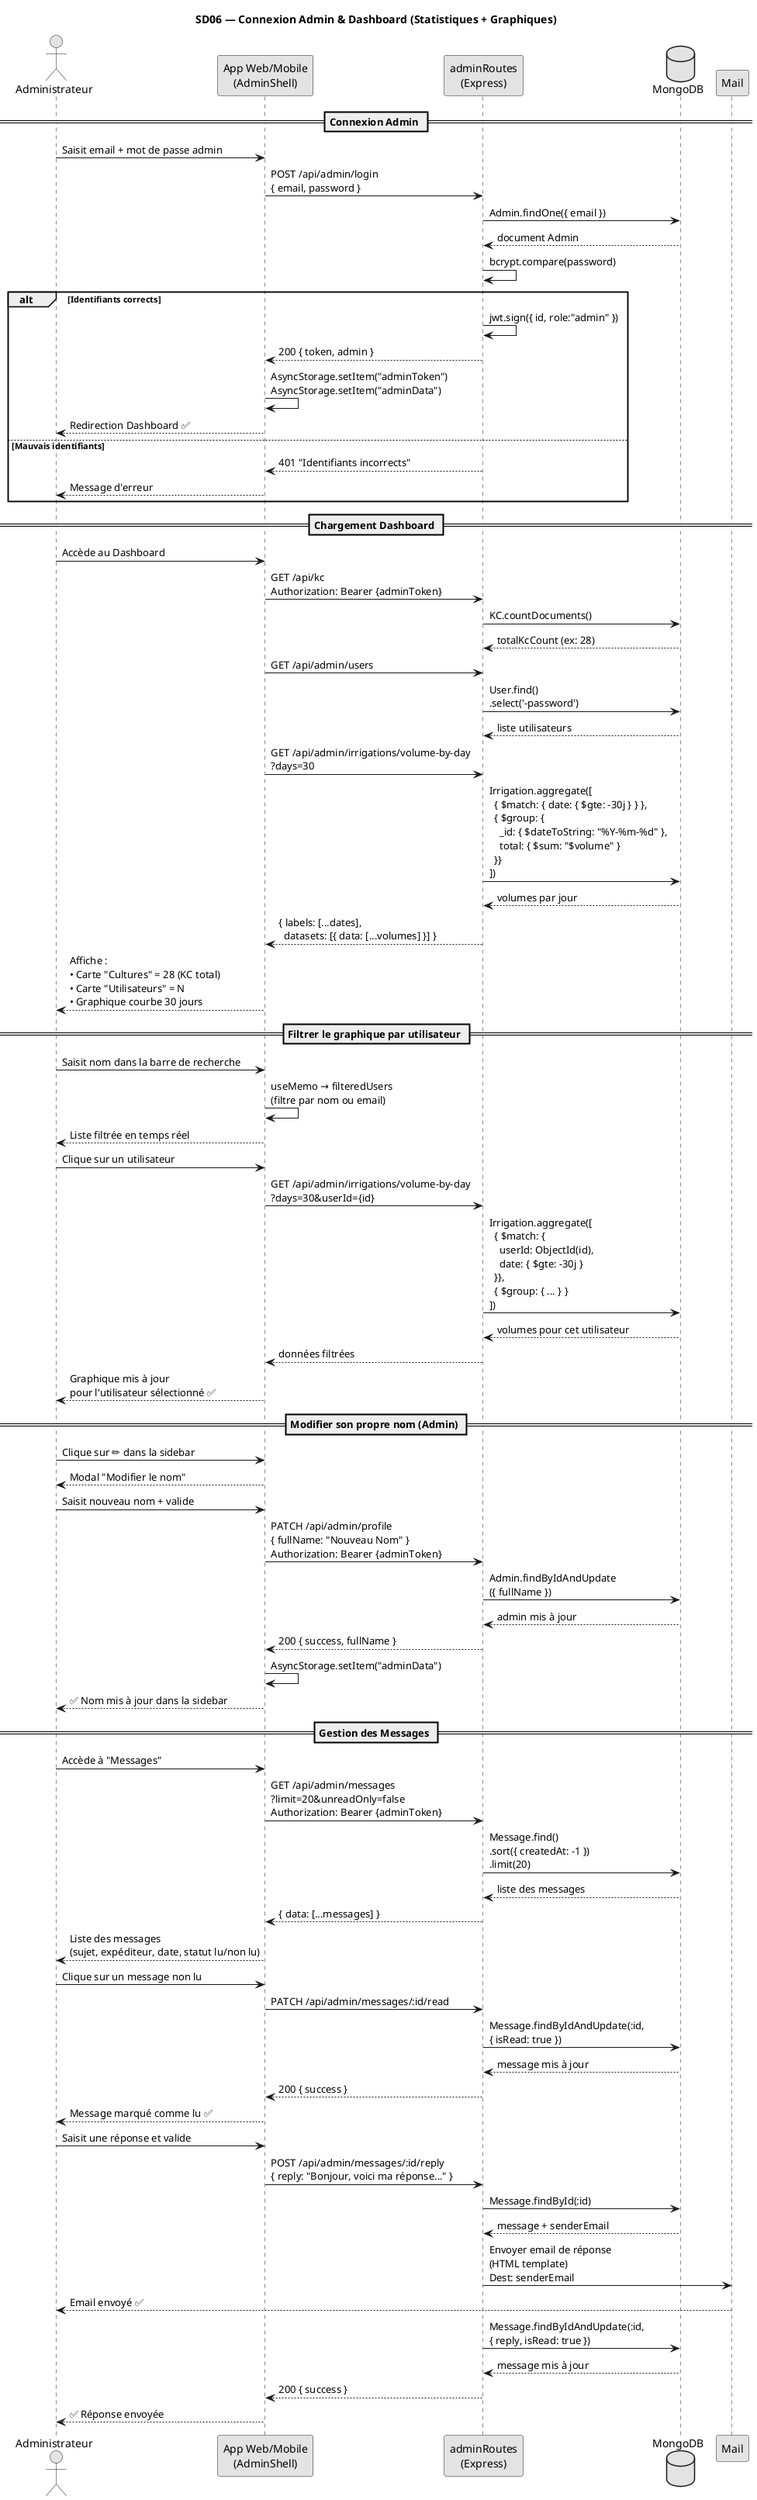
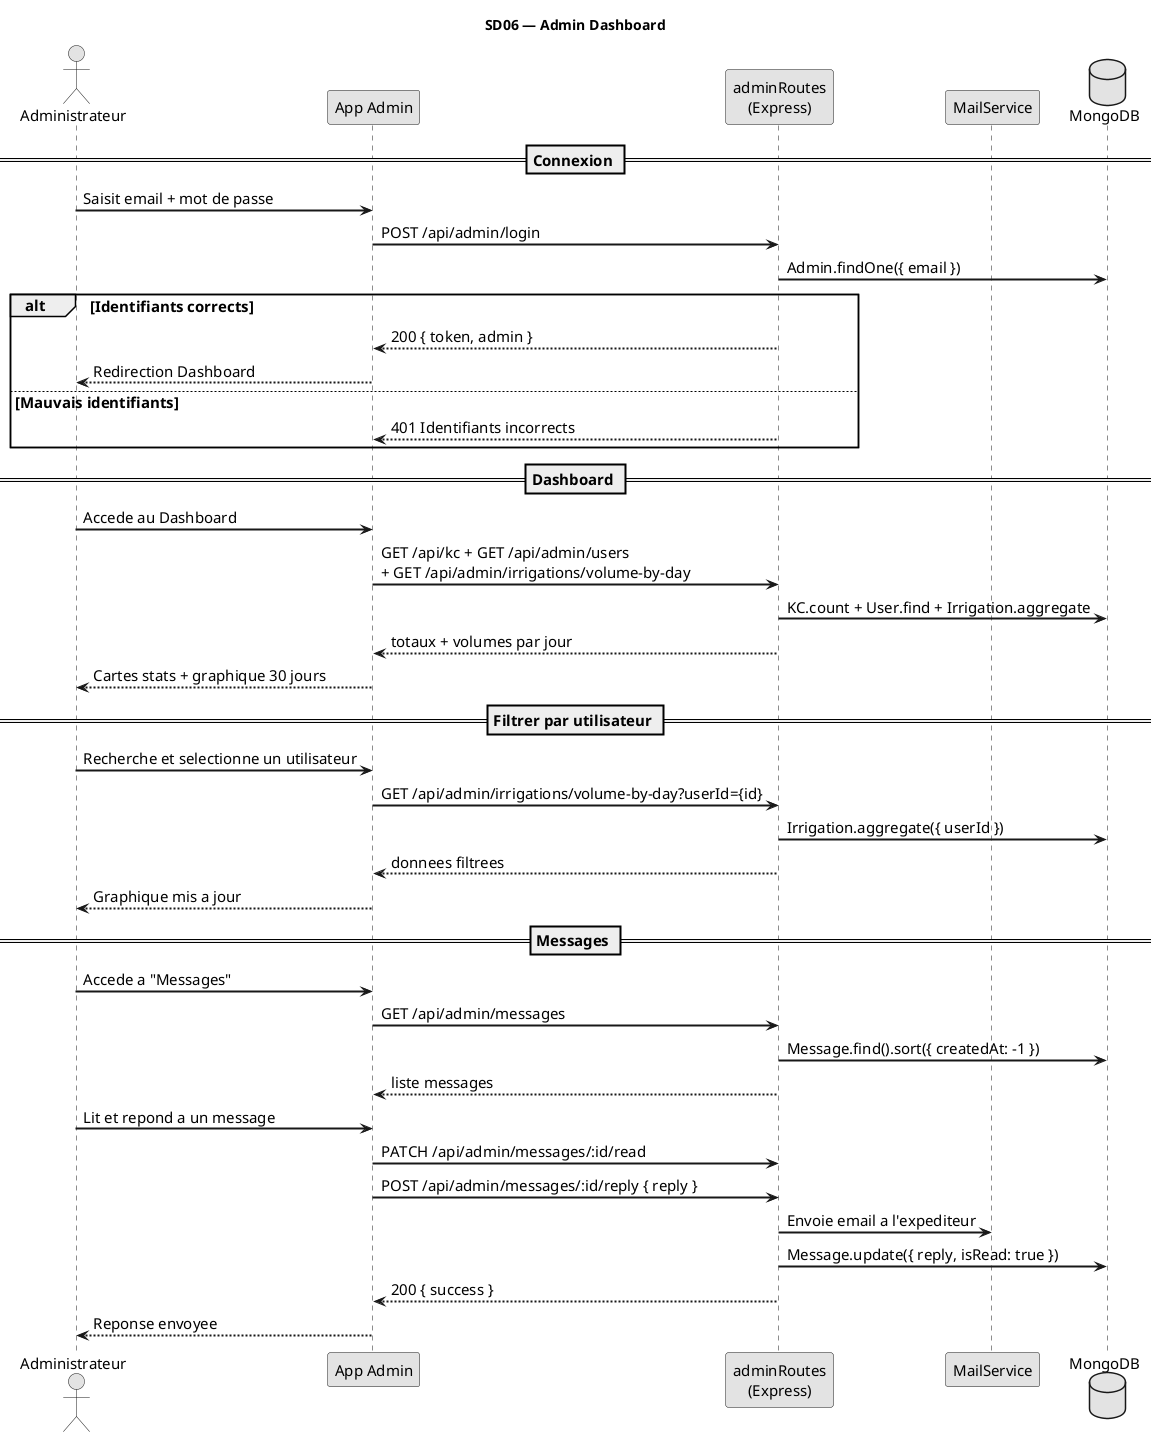
- @startuml SD06 — Admin Dashboard
+ @startuml SD06_Admin_Dashboard

skinparam monochrome true
skinparam shadowing false
- title SD06 — Connexion Admin & Dashboard (Statistiques + Graphiques)
+ skinparam defaultFontSize 15
+ skinparam sequenceParticipantFontSize 15
+ skinparam sequenceActorFontSize 15
+ skinparam sequenceMessageFontSize 13
+ skinparam sequenceParticipantPadding 15
+ skinparam sequenceActorPadding 10
+ skinparam ArrowThickness 2
+ 
+ title SD06 — Admin Dashboard

actor "Administrateur" as A
- participant "App Web/Mobile\n(AdminShell)" as App
+ participant "App Admin" as App
participant "adminRoutes\n(Express)" as API
+ participant "MailService" as Mail
database "MongoDB" as DB

- == Connexion Admin ==
+ == Connexion ==

- A -> App : Saisit email + mot de passe admin
- App -> API : POST /api/admin/login\n{ email, password }
+ A -> App : Saisit email + mot de passe
+ App -> API : POST /api/admin/login
API -> DB : Admin.findOne({ email })
- DB --> API : document Admin
- API -> API : bcrypt.compare(password)
alt Identifiants corrects
-   API -> API : jwt.sign({ id, role:"admin" })
  API --> App : 200 { token, admin }
-   App -> App : AsyncStorage.setItem("adminToken")\nAsyncStorage.setItem("adminData")
-   App --> A : Redirection Dashboard ✅
+   App --> A : Redirection Dashboard
else Mauvais identifiants
-   API --> App : 401 "Identifiants incorrects"
-   App --> A : Message d'erreur
+   API --> App : 401 Identifiants incorrects
end

- == Chargement Dashboard ==
+ == Dashboard ==

- A -> App : Accède au Dashboard
- App -> API : GET /api/kc\nAuthorization: Bearer {adminToken}
- API -> DB : KC.countDocuments()
- DB --> API : totalKcCount (ex: 28)
+ A -> App : Accede au Dashboard
+ App -> API : GET /api/kc + GET /api/admin/users\n+ GET /api/admin/irrigations/volume-by-day
+ API -> DB : KC.count + User.find + Irrigation.aggregate
+ API --> App : totaux + volumes par jour
+ App --> A : Cartes stats + graphique 30 jours

- App -> API : GET /api/admin/users
- API -> DB : User.find()\n.select('-password')
- DB --> API : liste utilisateurs
+ == Filtrer par utilisateur ==

- App -> API : GET /api/admin/irrigations/volume-by-day\n?days=30
- API -> DB : Irrigation.aggregate([\n  { $match: { date: { $gte: -30j } } },\n  { $group: {\n    _id: { $dateToString: "%Y-%m-%d" },\n    total: { $sum: "$volume" }\n  }}\n])
- DB --> API : volumes par jour
+ A -> App : Recherche et selectionne un utilisateur
+ App -> API : GET /api/admin/irrigations/volume-by-day?userId={id}
+ API -> DB : Irrigation.aggregate({ userId })
+ API --> App : donnees filtrees
+ App --> A : Graphique mis a jour

- API --> App : { labels: [...dates],\n  datasets: [{ data: [...volumes] }] }
- App --> A : Affiche :\n• Carte "Cultures" = 28 (KC total)\n• Carte "Utilisateurs" = N\n• Graphique courbe 30 jours
+ == Messages ==

- == Filtrer le graphique par utilisateur ==
+ A -> App : Accede a "Messages"
+ App -> API : GET /api/admin/messages
+ API -> DB : Message.find().sort({ createdAt: -1 })
+ API --> App : liste messages
+ A -> App : Lit et repond a un message
+ App -> API : PATCH /api/admin/messages/:id/read
+ App -> API : POST /api/admin/messages/:id/reply { reply }
+ API -> Mail : Envoie email a l'expediteur
+ API -> DB : Message.update({ reply, isRead: true })
+ API --> App : 200 { success }
+ App --> A : Reponse envoyee

- A -> App : Saisit nom dans la barre de recherche
- App -> App : useMemo → filteredUsers\n(filtre par nom ou email)
- App --> A : Liste filtrée en temps réel
- 
- A -> App : Clique sur un utilisateur
- App -> API : GET /api/admin/irrigations/volume-by-day\n?days=30&userId={id}
- API -> DB : Irrigation.aggregate([\n  { $match: {\n    userId: ObjectId(id),\n    date: { $gte: -30j }\n  }},\n  { $group: { ... } }\n])
- DB --> API : volumes pour cet utilisateur
- API --> App : données filtrées
- App --> A : Graphique mis à jour\npour l'utilisateur sélectionné ✅
- 
- == Modifier son propre nom (Admin) ==
- 
- A -> App : Clique sur ✏️ dans la sidebar
- App --> A : Modal "Modifier le nom"
- A -> App : Saisit nouveau nom + valide
- App -> API : PATCH /api/admin/profile\n{ fullName: "Nouveau Nom" }\nAuthorization: Bearer {adminToken}
- API -> DB : Admin.findByIdAndUpdate\n({ fullName })
- DB --> API : admin mis à jour
- API --> App : 200 { success, fullName }
- App -> App : AsyncStorage.setItem("adminData")
- App --> A : ✅ Nom mis à jour dans la sidebar
- 
- == Gestion des Messages ==
- 
- A -> App : Accède à "Messages"
- App -> API : GET /api/admin/messages\n?limit=20&unreadOnly=false\nAuthorization: Bearer {adminToken}
- API -> DB : Message.find()\n.sort({ createdAt: -1 })\n.limit(20)
- DB --> API : liste des messages
- API --> App : { data: [...messages] }
- App --> A : Liste des messages\n(sujet, expéditeur, date, statut lu/non lu)
- 
- A -> App : Clique sur un message non lu
- App -> API : PATCH /api/admin/messages/:id/read
- API -> DB : Message.findByIdAndUpdate(:id,\n{ isRead: true })
- DB --> API : message mis à jour
- API --> App : 200 { success }
- App --> A : Message marqué comme lu ✅
- 
- A -> App : Saisit une réponse et valide
- App -> API : POST /api/admin/messages/:id/reply\n{ reply: "Bonjour, voici ma réponse..." }
- API -> DB : Message.findById(:id)
- DB --> API : message + senderEmail
- API -> Mail : Envoyer email de réponse\n(HTML template)\nDest: senderEmail
- Mail --> A : Email envoyé ✅
- API -> DB : Message.findByIdAndUpdate(:id,\n{ reply, isRead: true })
- DB --> API : message mis à jour
- API --> App : 200 { success }
- App --> A : ✅ Réponse envoyée
- 
- @enduml
+ @enduml